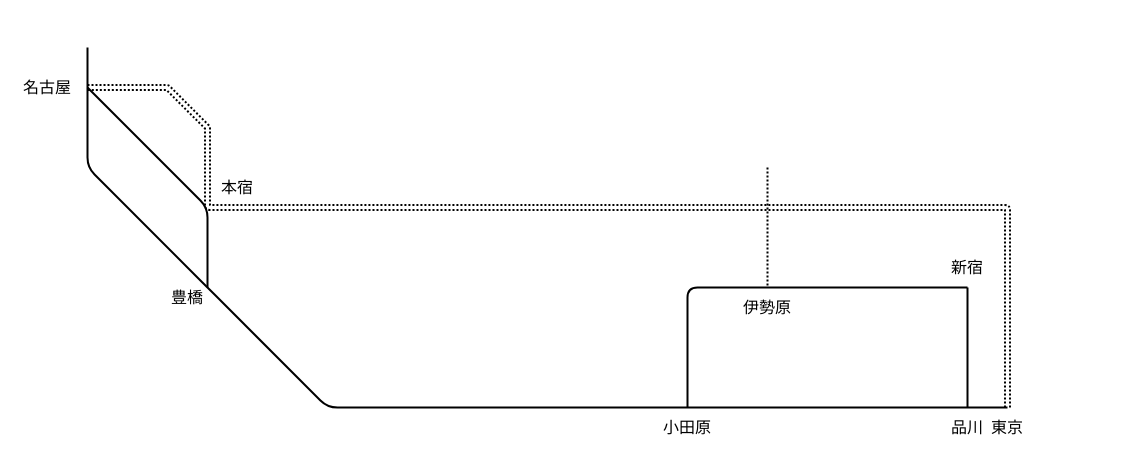
Above: page "名古屋-大山" (4 of 6) of routes.drawio in nnm-t/techniques-to-escape-from-dead-end-lines (draw.io), before the change. Source tidied: cells renumbered, new cells numbered last; positions are measured from the earlier drawing's top-left corner, leaving out a move shared by most shapes. Both pictures are drawn from the tidied source at 100%, with x=0, y=0 at pixel (17, 47).
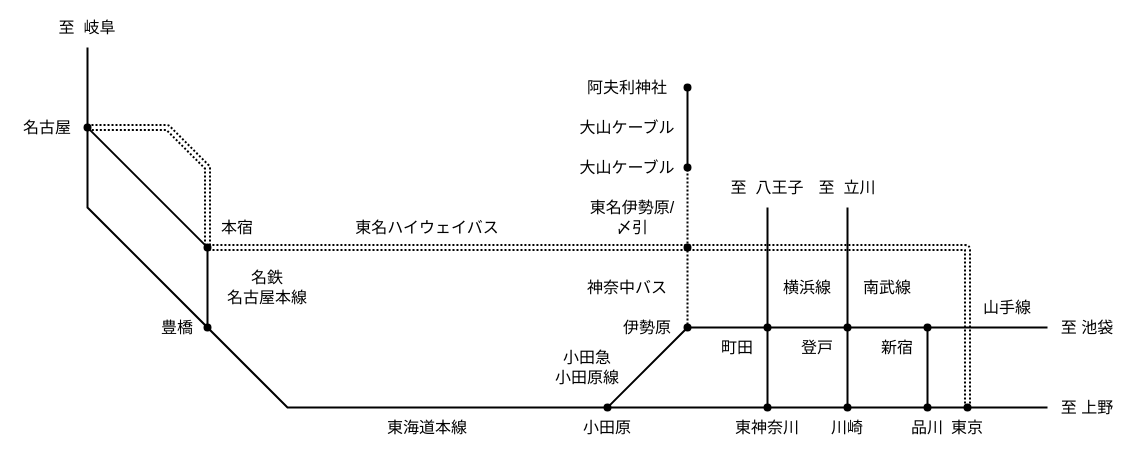
Above is the later version.

What changed in the source:
```diff
@@
-    <mxCell id="2" style="endArrow=none;html=1;fontFamily=Helvetica;fontSize=16;strokeWidth=2;" parent="1" edge="1">
+    <mxCell id="2" style="endArrow=none;html=1;fontFamily=Helvetica;fontSize=16;strokeWidth=2;rounded=0;startArrow=oval;startFill=1;" parent="1" edge="1">
       <mxGeometry relative="1" as="geometry">
-        <mxPoint x="990" y="360" as="sourcePoint" />
+        <mxPoint x="950" y="360" as="sourcePoint" />
         <mxPoint x="70" as="targetPoint" />
         <Array as="points">
-          <mxPoint x="310" y="360" />
-          <mxPoint x="190" y="240" />
-          <mxPoint x="70" y="120" />
+          <mxPoint x="270" y="360" />
+          <mxPoint x="150" y="240" />
+          <mxPoint x="70" y="160" />
         </Array>
       </mxGeometry>
     </mxCell>
-    <mxCell id="3" style="endArrow=none;html=1;fontFamily=Helvetica;fontSize=16;strokeWidth=2;" parent="1" edge="1">
+    <mxCell id="3" style="endArrow=oval;html=1;fontFamily=Helvetica;fontSize=16;strokeWidth=2;rounded=0;endFill=1;" parent="1" edge="1">
       <mxGeometry relative="1" as="geometry">
-        <mxPoint x="950" y="240" as="sourcePoint" />
-        <mxPoint x="950" y="360" as="targetPoint" />
+        <mxPoint x="1030" y="280" as="sourcePoint" />
+        <mxPoint x="910" y="360" as="targetPoint" />
+        <Array as="points">
+          <mxPoint x="910" y="280" />
+        </Array>
       </mxGeometry>
     </mxCell>
-    <mxCell id="4" style="endArrow=none;html=1;fontFamily=Helvetica;fontSize=16;strokeWidth=2;" parent="1" edge="1">
+    <mxCell id="4" style="endArrow=oval;html=1;fontFamily=Helvetica;fontSize=16;strokeWidth=2;rounded=0;startArrow=oval;startFill=1;endFill=1;" parent="1" edge="1">
       <mxGeometry relative="1" as="geometry">
-        <mxPoint x="670" y="360" as="sourcePoint" />
-        <mxPoint x="950" y="240" as="targetPoint" />
+        <mxPoint x="590" y="360" as="sourcePoint" />
+        <mxPoint x="910" y="280" as="targetPoint" />
         <Array as="points">
-          <mxPoint x="670" y="240" />
+          <mxPoint x="670" y="280" />
         </Array>
       </mxGeometry>
     </mxCell>
-    <mxCell id="5" style="endArrow=none;html=1;fontFamily=Helvetica;fontSize=16;strokeWidth=2;dashed=1;dashPattern=1 1;" parent="1" edge="1">
+    <mxCell id="5" style="endArrow=oval;html=1;fontFamily=Helvetica;fontSize=16;strokeWidth=2;dashed=1;dashPattern=1 1;startArrow=oval;startFill=1;endFill=1;" parent="1" edge="1">
       <mxGeometry relative="1" as="geometry">
-        <mxPoint x="750" y="120" as="sourcePoint" />
-        <mxPoint x="750" y="240" as="targetPoint" />
+        <mxPoint x="670" y="200" as="sourcePoint" />
+        <mxPoint x="670" y="280" as="targetPoint" />
       </mxGeometry>
     </mxCell>
     <mxCell id="6" style="endArrow=none;html=1;dashed=1;dashPattern=1 1;fontFamily=Helvetica;fontSize=16;strokeWidth=2;shape=link;" parent="1" edge="1">
       <mxGeometry relative="1" as="geometry">
-        <mxPoint x="70" y="40" as="sourcePoint" />
-        <mxPoint x="990" y="360" as="targetPoint" />
+        <mxPoint x="70" y="80" as="sourcePoint" />
+        <mxPoint x="950" y="360" as="targetPoint" />
         <Array as="points">
-          <mxPoint x="150" y="40" />
-          <mxPoint x="190" y="80" />
-          <mxPoint x="190" y="160" />
-          <mxPoint x="990" y="160" />
+          <mxPoint x="150" y="80" />
+          <mxPoint x="190" y="120" />
+          <mxPoint x="190" y="200" />
+          <mxPoint x="950" y="200" />
         </Array>
       </mxGeometry>
     </mxCell>
-    <mxCell id="7" style="endArrow=none;html=1;fontFamily=Helvetica;fontSize=16;strokeWidth=2;" parent="1" edge="1">
+    <mxCell id="7" style="endArrow=oval;html=1;fontFamily=Helvetica;fontSize=16;strokeWidth=2;rounded=0;startArrow=oval;startFill=1;endFill=1;" parent="1" edge="1">
       <mxGeometry relative="1" as="geometry">
-        <mxPoint x="70" y="40" as="sourcePoint" />
-        <mxPoint x="190" y="240" as="targetPoint" />
+        <mxPoint x="70" y="80" as="sourcePoint" />
+        <mxPoint x="190" y="200" as="targetPoint" />
         <Array as="points">
-          <mxPoint x="190" y="160" />
+          <mxPoint x="190" y="200" />
         </Array>
       </mxGeometry>
     </mxCell>
     <mxCell id="8" value="名古屋" style="text;html=1;strokeColor=none;fillColor=none;align=center;verticalAlign=middle;whiteSpace=wrap;rounded=0;fontFamily=Helvetica;fontSize=16;" parent="1" vertex="1">
-      <mxGeometry y="30" width="60" height="20" as="geometry" />
+      <mxGeometry y="70" width="60" height="20" as="geometry" />
     </mxCell>
     <mxCell id="9" value="本宿" style="text;html=1;strokeColor=none;fillColor=none;align=center;verticalAlign=middle;whiteSpace=wrap;rounded=0;fontFamily=Helvetica;fontSize=16;" parent="1" vertex="1">
-      <mxGeometry x="200" y="130" width="40" height="20" as="geometry" />
+      <mxGeometry x="200" y="170" width="40" height="20" as="geometry" />
     </mxCell>
     <mxCell id="10" value="豊橋" style="text;html=1;strokeColor=none;fillColor=none;align=center;verticalAlign=middle;whiteSpace=wrap;rounded=0;fontFamily=Helvetica;fontSize=16;" parent="1" vertex="1">
-      <mxGeometry x="150" y="240" width="40" height="20" as="geometry" />
+      <mxGeometry x="140" y="270" width="40" height="20" as="geometry" />
     </mxCell>
     <mxCell id="11" value="小田原" style="text;html=1;strokeColor=none;fillColor=none;align=center;verticalAlign=middle;whiteSpace=wrap;rounded=0;fontFamily=Helvetica;fontSize=16;" parent="1" vertex="1">
-      <mxGeometry x="640" y="370" width="60" height="20" as="geometry" />
+      <mxGeometry x="560" y="370" width="60" height="20" as="geometry" />
     </mxCell>
     <mxCell id="12" value="伊勢原" style="text;html=1;strokeColor=none;fillColor=none;align=center;verticalAlign=middle;whiteSpace=wrap;rounded=0;fontFamily=Helvetica;fontSize=16;" parent="1" vertex="1">
-      <mxGeometry x="720" y="250" width="60" height="20" as="geometry" />
+      <mxGeometry x="600" y="270" width="60" height="20" as="geometry" />
     </mxCell>
     <mxCell id="13" value="品川" style="text;html=1;strokeColor=none;fillColor=none;align=center;verticalAlign=middle;whiteSpace=wrap;rounded=0;fontFamily=Helvetica;fontSize=16;" parent="1" vertex="1">
-      <mxGeometry x="920" y="370" width="60" height="20" as="geometry" />
+      <mxGeometry x="890" y="370" width="40" height="20" as="geometry" />
     </mxCell>
     <mxCell id="14" value="東京" style="text;html=1;strokeColor=none;fillColor=none;align=center;verticalAlign=middle;whiteSpace=wrap;rounded=0;fontFamily=Helvetica;fontSize=16;" parent="1" vertex="1">
-      <mxGeometry x="960" y="370" width="60" height="20" as="geometry" />
+      <mxGeometry x="930" y="370" width="40" height="20" as="geometry" />
     </mxCell>
     <mxCell id="15" value="新宿" style="text;html=1;strokeColor=none;fillColor=none;align=center;verticalAlign=middle;whiteSpace=wrap;rounded=0;fontFamily=Helvetica;fontSize=16;" parent="1" vertex="1">
-      <mxGeometry x="920" y="210" width="60" height="20" as="geometry" />
+      <mxGeometry x="860" y="290" width="40" height="20" as="geometry" />
     </mxCell>
+    <mxCell id="16" style="endArrow=oval;html=1;rounded=0;endFill=1;strokeWidth=2;dashed=1;dashPattern=1 1;" parent="1" edge="1">
+      <mxGeometry relative="1" as="geometry">
+        <mxPoint x="670" y="200" as="sourcePoint" />
+        <mxPoint x="670" y="120" as="targetPoint" />
+      </mxGeometry>
+    </mxCell>
+    <mxCell id="17" style="endArrow=oval;html=1;rounded=0;strokeWidth=2;startArrow=oval;startFill=1;endFill=1;" parent="1" edge="1">
+      <mxGeometry relative="1" as="geometry">
+        <mxPoint x="830" y="360" as="sourcePoint" />
+        <mxPoint x="830" y="280" as="targetPoint" />
+      </mxGeometry>
+    </mxCell>
+    <mxCell id="18" style="endArrow=oval;html=1;rounded=0;strokeWidth=2;startArrow=oval;startFill=1;endFill=1;" parent="1" edge="1">
+      <mxGeometry relative="1" as="geometry">
+        <mxPoint x="750" y="360" as="sourcePoint" />
+        <mxPoint x="750" y="280" as="targetPoint" />
+      </mxGeometry>
+    </mxCell>
+    <mxCell id="19" style="endArrow=none;html=1;rounded=0;strokeWidth=2;" parent="1" edge="1">
+      <mxGeometry relative="1" as="geometry">
+        <mxPoint x="830" y="280" as="sourcePoint" />
+        <mxPoint x="830" y="160" as="targetPoint" />
+      </mxGeometry>
+    </mxCell>
+    <mxCell id="20" style="endArrow=none;html=1;rounded=0;strokeWidth=2;" parent="1" edge="1">
+      <mxGeometry relative="1" as="geometry">
+        <mxPoint x="750" y="280" as="sourcePoint" />
+        <mxPoint x="750" y="160" as="targetPoint" />
+      </mxGeometry>
+    </mxCell>
+    <mxCell id="21" value="川崎" style="text;html=1;strokeColor=none;fillColor=none;align=center;verticalAlign=middle;whiteSpace=wrap;rounded=0;fontFamily=Helvetica;fontSize=16;" parent="1" vertex="1">
+      <mxGeometry x="810" y="370" width="40" height="20" as="geometry" />
+    </mxCell>
+    <mxCell id="22" value="東神奈川" style="text;html=1;strokeColor=none;fillColor=none;align=center;verticalAlign=middle;whiteSpace=wrap;rounded=0;fontFamily=Helvetica;fontSize=16;" parent="1" vertex="1">
+      <mxGeometry x="710" y="370" width="80" height="20" as="geometry" />
+    </mxCell>
+    <mxCell id="23" value="登戸" style="text;html=1;strokeColor=none;fillColor=none;align=center;verticalAlign=middle;whiteSpace=wrap;rounded=0;fontFamily=Helvetica;fontSize=16;" parent="1" vertex="1">
+      <mxGeometry x="780" y="290" width="40" height="20" as="geometry" />
+    </mxCell>
+    <mxCell id="24" value="町田" style="text;html=1;strokeColor=none;fillColor=none;align=center;verticalAlign=middle;whiteSpace=wrap;rounded=0;fontFamily=Helvetica;fontSize=16;" parent="1" vertex="1">
+      <mxGeometry x="700" y="290" width="40" height="20" as="geometry" />
+    </mxCell>
+    <mxCell id="25" value="東名伊勢原/&lt;br&gt;〆引" style="text;html=1;strokeColor=none;fillColor=none;align=center;verticalAlign=middle;whiteSpace=wrap;rounded=0;fontFamily=Helvetica;fontSize=16;" parent="1" vertex="1">
+      <mxGeometry x="570" y="150" width="90" height="40" as="geometry" />
+    </mxCell>
+    <mxCell id="26" value="小田急&lt;br&gt;小田原線" style="text;html=1;strokeColor=none;fillColor=none;align=center;verticalAlign=middle;whiteSpace=wrap;rounded=0;fontFamily=Helvetica;fontSize=16;" parent="1" vertex="1">
+      <mxGeometry x="530" y="300" width="80" height="40" as="geometry" />
+    </mxCell>
+    <mxCell id="27" value="東海道本線" style="text;html=1;strokeColor=none;fillColor=none;align=center;verticalAlign=middle;whiteSpace=wrap;rounded=0;fontFamily=Helvetica;fontSize=16;" parent="1" vertex="1">
+      <mxGeometry x="360" y="370" width="100" height="20" as="geometry" />
+    </mxCell>
+    <mxCell id="28" style="endArrow=none;html=1;rounded=0;strokeWidth=2;startArrow=oval;startFill=1;" parent="1" edge="1">
+      <mxGeometry relative="1" as="geometry">
+        <mxPoint x="190" y="280" as="sourcePoint" />
+        <mxPoint x="190" y="200" as="targetPoint" />
+      </mxGeometry>
+    </mxCell>
+    <mxCell id="29" style="endArrow=none;html=1;rounded=0;strokeWidth=2;" parent="1" edge="1">
+      <mxGeometry relative="1" as="geometry">
+        <mxPoint x="950" y="360" as="sourcePoint" />
+        <mxPoint x="1030" y="360" as="targetPoint" />
+      </mxGeometry>
+    </mxCell>
+    <mxCell id="30" value="至 上野" style="text;html=1;strokeColor=none;fillColor=none;align=center;verticalAlign=middle;whiteSpace=wrap;rounded=0;fontSize=16;" parent="1" vertex="1">
+      <mxGeometry x="1040" y="350" width="60" height="20" as="geometry" />
+    </mxCell>
+    <mxCell id="31" value="至 池袋" style="text;html=1;strokeColor=none;fillColor=none;align=center;verticalAlign=middle;whiteSpace=wrap;rounded=0;fontSize=16;" parent="1" vertex="1">
+      <mxGeometry x="1040" y="270" width="60" height="20" as="geometry" />
+    </mxCell>
+    <mxCell id="32" value="至&amp;nbsp; 立川" style="text;html=1;strokeColor=none;fillColor=none;align=center;verticalAlign=middle;whiteSpace=wrap;rounded=0;fontSize=16;" parent="1" vertex="1">
+      <mxGeometry x="800" y="130" width="60" height="20" as="geometry" />
+    </mxCell>
+    <mxCell id="33" value="至&amp;nbsp; 八王子" style="text;html=1;strokeColor=none;fillColor=none;align=center;verticalAlign=middle;whiteSpace=wrap;rounded=0;fontSize=16;" parent="1" vertex="1">
+      <mxGeometry x="710" y="130" width="80" height="20" as="geometry" />
+    </mxCell>
+    <mxCell id="34" value="大山ケーブル" style="text;html=1;strokeColor=none;fillColor=none;align=center;verticalAlign=middle;whiteSpace=wrap;rounded=0;fontSize=16;" parent="1" vertex="1">
+      <mxGeometry x="560" y="110" width="100" height="20" as="geometry" />
+    </mxCell>
+    <mxCell id="35" value="阿夫利神社" style="text;html=1;strokeColor=none;fillColor=none;align=center;verticalAlign=middle;whiteSpace=wrap;rounded=0;fontSize=16;" parent="1" vertex="1">
+      <mxGeometry x="560" y="30" width="100" height="20" as="geometry" />
+    </mxCell>
+    <mxCell id="36" style="endArrow=oval;html=1;rounded=0;endFill=1;strokeWidth=2;" parent="1" edge="1">
+      <mxGeometry relative="1" as="geometry">
+        <mxPoint x="670" y="120" as="sourcePoint" />
+        <mxPoint x="670" y="40" as="targetPoint" />
+      </mxGeometry>
+    </mxCell>
+    <mxCell id="37" value="山手線" style="text;html=1;strokeColor=none;fillColor=none;align=center;verticalAlign=middle;whiteSpace=wrap;rounded=0;fontFamily=Helvetica;fontSize=16;" parent="1" vertex="1">
+      <mxGeometry x="960" y="250" width="60" height="20" as="geometry" />
+    </mxCell>
+    <mxCell id="38" value="南武線" style="text;html=1;strokeColor=none;fillColor=none;align=center;verticalAlign=middle;whiteSpace=wrap;rounded=0;fontFamily=Helvetica;fontSize=16;" parent="1" vertex="1">
+      <mxGeometry x="840" y="230" width="60" height="20" as="geometry" />
+    </mxCell>
+    <mxCell id="39" value="横浜線" style="text;html=1;strokeColor=none;fillColor=none;align=center;verticalAlign=middle;whiteSpace=wrap;rounded=0;fontFamily=Helvetica;fontSize=16;" parent="1" vertex="1">
+      <mxGeometry x="760" y="230" width="60" height="20" as="geometry" />
+    </mxCell>
+    <mxCell id="40" value="名鉄&lt;br&gt;名古屋本線" style="text;html=1;strokeColor=none;fillColor=none;align=center;verticalAlign=middle;whiteSpace=wrap;rounded=0;fontFamily=Helvetica;fontSize=16;" parent="1" vertex="1">
+      <mxGeometry x="200" y="220" width="100" height="40" as="geometry" />
+    </mxCell>
+    <mxCell id="41" value="至&amp;nbsp; 岐阜" style="text;html=1;strokeColor=none;fillColor=none;align=center;verticalAlign=middle;whiteSpace=wrap;rounded=0;fontSize=16;" parent="1" vertex="1">
+      <mxGeometry x="40" y="-30" width="60" height="20" as="geometry" />
+    </mxCell>
+    <mxCell id="42" value="東名ハイウェイバス" style="text;html=1;strokeColor=none;fillColor=none;align=center;verticalAlign=middle;whiteSpace=wrap;rounded=0;fontFamily=Helvetica;fontSize=16;" parent="1" vertex="1">
+      <mxGeometry x="330" y="170" width="160" height="20" as="geometry" />
+    </mxCell>
+    <mxCell id="43" value="神奈中バス" style="text;html=1;strokeColor=none;fillColor=none;align=center;verticalAlign=middle;whiteSpace=wrap;rounded=0;fontFamily=Helvetica;fontSize=16;" parent="1" vertex="1">
+      <mxGeometry x="560" y="230" width="100" height="20" as="geometry" />
+    </mxCell>
+    <mxCell id="44" value="大山ケーブル" style="text;html=1;strokeColor=none;fillColor=none;align=center;verticalAlign=middle;whiteSpace=wrap;rounded=0;fontFamily=Helvetica;fontSize=16;" parent="1" vertex="1">
+      <mxGeometry x="560" y="70" width="100" height="20" as="geometry" />
+    </mxCell>
```
